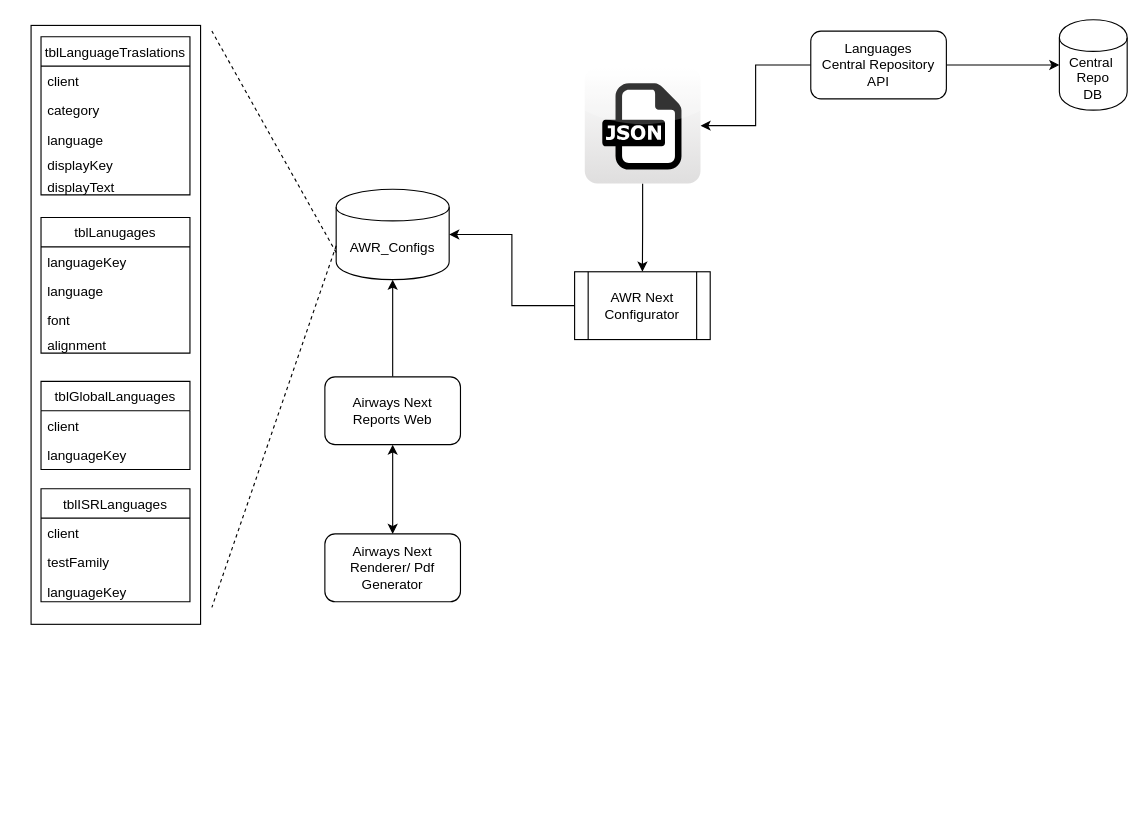
Earlier version of the draw.io diagram Internationalization.drawio (wildcats33/drawio). Source tidied: cells renumbered, new cells numbered last; positions are measured from the earlier drawing's top-left corner, leaving out a move shared by most shapes. Both pictures are drawn from the tidied source at 113%, with x=0, y=0 at pixel (19, 19).
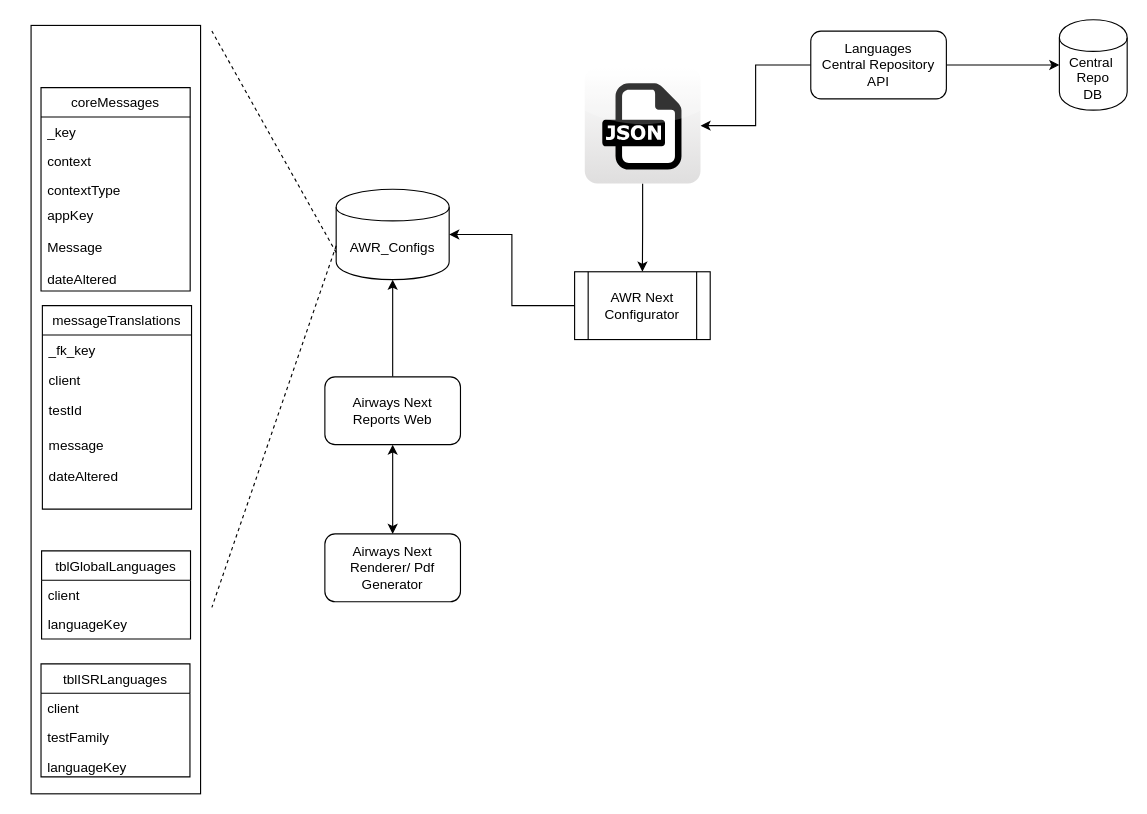
The same page after the edit.

What changed in the source:
```diff
@@
     <mxCell id="9" style="group;" parent="1" vertex="1">
-      <mxGeometry y="90" width="160" height="530" as="geometry" />
+      <mxGeometry y="90" width="170" height="595" as="geometry" />
     </mxCell>
     <mxCell id="10" style="group;" parent="9" vertex="1">
-      <mxGeometry y="-30" width="160" height="530" as="geometry" />
+      <mxGeometry y="-30" width="170" height="625" as="geometry" />
     </mxCell>
     <mxCell id="11" style="group;" parent="10" vertex="1">
-      <mxGeometry y="-55" width="160" height="530" as="geometry" />
+      <mxGeometry y="-55" width="170" height="680" as="geometry" />
     </mxCell>
     <mxCell id="12" style="rounded=0;whiteSpace=wrap;html=1;" parent="11" vertex="1">
-      <mxGeometry x="10" width="150" height="530" as="geometry" />
+      <mxGeometry x="10" width="150" height="680" as="geometry" />
     </mxCell>
     <mxCell id="13" style="group;" parent="11" vertex="1">
-      <mxGeometry x="18.8" y="10" width="131.8" height="500" as="geometry" />
+      <mxGeometry x="18.8" y="10" width="132" height="500" as="geometry" />
     </mxCell>
-    <mxCell id="14" value="tblLanguageTraslations" style="swimlane;fontStyle=0;horizontal=1;startSize=26;fillColor=none;" parent="13" vertex="1">
-      <mxGeometry width="131.8" height="140" as="geometry" />
+    <mxCell id="14" value="coreMessages" style="swimlane;fontStyle=0;horizontal=1;startSize=26;fillColor=none;" parent="13" vertex="1">
+      <mxGeometry y="45" width="132" height="180" as="geometry" />
     </mxCell>
-    <mxCell id="15" value="client" style="text;strokeColor=none;fillColor=none;align=left;verticalAlign=top;spacingLeft=4;spacingRight=4;overflow=hidden;" parent="14" vertex="1">
-      <mxGeometry y="26" width="131.8" height="26" as="geometry" />
+    <mxCell id="15" value="_key&#10;&#10;" style="text;strokeColor=none;fillColor=none;align=left;verticalAlign=top;spacingLeft=4;spacingRight=4;overflow=hidden;" parent="14" vertex="1">
+      <mxGeometry y="26" width="132" height="26" as="geometry" />
     </mxCell>
-    <mxCell id="16" value="category" style="text;strokeColor=none;fillColor=none;align=left;verticalAlign=top;spacingLeft=4;spacingRight=4;overflow=hidden;" parent="14" vertex="1">
-      <mxGeometry y="52" width="131.8" height="26" as="geometry" />
+    <mxCell id="16" value="context" style="text;strokeColor=none;fillColor=none;align=left;verticalAlign=top;spacingLeft=4;spacingRight=4;overflow=hidden;" parent="14" vertex="1">
+      <mxGeometry y="52" width="132" height="26" as="geometry" />
     </mxCell>
-    <mxCell id="17" value="language" style="text;strokeColor=none;fillColor=none;align=left;verticalAlign=top;spacingLeft=4;spacingRight=4;overflow=hidden;" parent="14" vertex="1">
-      <mxGeometry y="78" width="131.8" height="22" as="geometry" />
+    <mxCell id="17" value="contextType" style="text;strokeColor=none;fillColor=none;align=left;verticalAlign=top;spacingLeft=4;spacingRight=4;overflow=hidden;" parent="14" vertex="1">
+      <mxGeometry y="78" width="132" height="22" as="geometry" />
     </mxCell>
-    <mxCell id="18" value="displayKey" style="text;strokeColor=none;fillColor=none;align=left;verticalAlign=top;spacingLeft=4;spacingRight=4;overflow=hidden;" parent="14" vertex="1">
-      <mxGeometry y="100" width="131.8" height="20" as="geometry" />
+    <mxCell id="18" value="appKey&#10;&#10;Message&#10;&#10;dateAltered&#10;" style="text;strokeColor=none;fillColor=none;align=left;verticalAlign=top;spacingLeft=4;spacingRight=4;overflow=hidden;" parent="14" vertex="1">
+      <mxGeometry y="100" width="132" height="80" as="geometry" />
     </mxCell>
-    <mxCell id="19" value="displayText" style="text;strokeColor=none;fillColor=none;align=left;verticalAlign=top;spacingLeft=4;spacingRight=4;overflow=hidden;" parent="14" vertex="1">
-      <mxGeometry y="120" width="131.8" height="20" as="geometry" />
-    </mxCell>
+    <mxCell id="28" value="tblISRLanguages" style="swimlane;fontStyle=0;horizontal=1;startSize=26;fillColor=none;" parent="11" vertex="1">
+      <mxGeometry x="18.8" y="565" width="131.8" height="100" as="geometry" />
+    </mxCell>
+    <mxCell id="29" value="client" style="text;strokeColor=none;fillColor=none;align=left;verticalAlign=top;spacingLeft=4;spacingRight=4;overflow=hidden;" parent="28" vertex="1">
+      <mxGeometry y="26" width="131.8" height="26" as="geometry" />
+    </mxCell>
+    <mxCell id="30" value="testFamily" style="text;strokeColor=none;fillColor=none;align=left;verticalAlign=top;spacingLeft=4;spacingRight=4;overflow=hidden;" parent="28" vertex="1">
+      <mxGeometry y="52" width="131.8" height="26" as="geometry" />
+    </mxCell>
+    <mxCell id="31" value="languageKey" style="text;strokeColor=none;fillColor=none;align=left;verticalAlign=top;spacingLeft=4;spacingRight=4;overflow=hidden;" parent="28" vertex="1">
+      <mxGeometry y="78" width="131.8" height="22" as="geometry" />
+    </mxCell>
+    <mxCell id="25" value="tblGlobalLanguages" style="swimlane;fontStyle=0;horizontal=1;startSize=26;fillColor=none;" parent="11" vertex="1">
+      <mxGeometry x="19.3" y="465" width="131.8" height="78" as="geometry" />
+    </mxCell>
+    <mxCell id="26" value="client" style="text;strokeColor=none;fillColor=none;align=left;verticalAlign=top;spacingLeft=4;spacingRight=4;overflow=hidden;" parent="25" vertex="1">
+      <mxGeometry y="26" width="131.8" height="26" as="geometry" />
+    </mxCell>
+    <mxCell id="27" value="languageKey" style="text;strokeColor=none;fillColor=none;align=left;verticalAlign=top;spacingLeft=4;spacingRight=4;overflow=hidden;" parent="25" vertex="1">
+      <mxGeometry y="52" width="131.8" height="26" as="geometry" />
+    </mxCell>
-    <mxCell id="20" value="tblLanugages" style="swimlane;fontStyle=0;horizontal=1;startSize=26;fillColor=none;" parent="13" vertex="1">
-      <mxGeometry y="160" width="131.8" height="120" as="geometry" />
+    <mxCell id="20" value="messageTranslations" style="swimlane;fontStyle=0;horizontal=1;startSize=26;fillColor=none;" parent="11" vertex="1">
+      <mxGeometry x="20" y="248" width="132" height="180" as="geometry" />
     </mxCell>
-    <mxCell id="21" value="languageKey" style="text;strokeColor=none;fillColor=none;align=left;verticalAlign=top;spacingLeft=4;spacingRight=4;overflow=hidden;" parent="20" vertex="1">
-      <mxGeometry y="26" width="131.8" height="26" as="geometry" />
+    <mxCell id="21" value="_fk_key" style="text;strokeColor=none;fillColor=none;align=left;verticalAlign=top;spacingLeft=4;spacingRight=4;overflow=hidden;" parent="20" vertex="1">
+      <mxGeometry y="26" width="132" height="27" as="geometry" />
     </mxCell>
-    <mxCell id="22" value="language" style="text;strokeColor=none;fillColor=none;align=left;verticalAlign=top;spacingLeft=4;spacingRight=4;overflow=hidden;" parent="20" vertex="1">
-      <mxGeometry y="52" width="131.8" height="26" as="geometry" />
+    <mxCell id="22" value="client" style="text;strokeColor=none;fillColor=none;align=left;verticalAlign=top;spacingLeft=4;spacingRight=4;overflow=hidden;" parent="20" vertex="1">
+      <mxGeometry y="53" width="132" height="26" as="geometry" />
     </mxCell>
-    <mxCell id="23" value="font" style="text;strokeColor=none;fillColor=none;align=left;verticalAlign=top;spacingLeft=4;spacingRight=4;overflow=hidden;" parent="20" vertex="1">
-      <mxGeometry y="78" width="131.8" height="22" as="geometry" />
+    <mxCell id="23" value="testId" style="text;strokeColor=none;fillColor=none;align=left;verticalAlign=top;spacingLeft=4;spacingRight=4;overflow=hidden;" parent="20" vertex="1">
+      <mxGeometry y="79" width="132" height="31" as="geometry" />
     </mxCell>
-    <mxCell id="24" value="alignment" style="text;strokeColor=none;fillColor=none;align=left;verticalAlign=top;spacingLeft=4;spacingRight=4;overflow=hidden;" parent="20" vertex="1">
-      <mxGeometry y="100" width="131.8" height="20" as="geometry" />
+    <mxCell id="24" value="message&#10;&#10;dateAltered" style="text;strokeColor=none;fillColor=none;align=left;verticalAlign=top;spacingLeft=4;spacingRight=4;overflow=hidden;" parent="20" vertex="1">
+      <mxGeometry y="110" width="132" height="70" as="geometry" />
     </mxCell>
-    <mxCell id="25" value="tblGlobalLanguages" style="swimlane;fontStyle=0;horizontal=1;startSize=26;fillColor=none;" parent="13" vertex="1">
-      <mxGeometry y="305" width="131.8" height="78" as="geometry" />
-    </mxCell>
-    <mxCell id="26" value="client" style="text;strokeColor=none;fillColor=none;align=left;verticalAlign=top;spacingLeft=4;spacingRight=4;overflow=hidden;" parent="25" vertex="1">
-      <mxGeometry y="26" width="131.8" height="26" as="geometry" />
-    </mxCell>
-    <mxCell id="27" value="languageKey" style="text;strokeColor=none;fillColor=none;align=left;verticalAlign=top;spacingLeft=4;spacingRight=4;overflow=hidden;" parent="25" vertex="1">
-      <mxGeometry y="52" width="131.8" height="26" as="geometry" />
-    </mxCell>
-    <mxCell id="28" value="tblISRLanguages" style="swimlane;fontStyle=0;horizontal=1;startSize=26;fillColor=none;" parent="13" vertex="1">
-      <mxGeometry y="400" width="131.8" height="100" as="geometry" />
-    </mxCell>
-    <mxCell id="29" value="client" style="text;strokeColor=none;fillColor=none;align=left;verticalAlign=top;spacingLeft=4;spacingRight=4;overflow=hidden;" parent="28" vertex="1">
-      <mxGeometry y="26" width="131.8" height="26" as="geometry" />
-    </mxCell>
-    <mxCell id="30" value="testFamily" style="text;strokeColor=none;fillColor=none;align=left;verticalAlign=top;spacingLeft=4;spacingRight=4;overflow=hidden;" parent="28" vertex="1">
-      <mxGeometry y="52" width="131.8" height="26" as="geometry" />
-    </mxCell>
-    <mxCell id="31" value="languageKey" style="text;strokeColor=none;fillColor=none;align=left;verticalAlign=top;spacingLeft=4;spacingRight=4;overflow=hidden;" parent="28" vertex="1">
-      <mxGeometry y="78" width="131.8" height="22" as="geometry" />
-    </mxCell>
```
